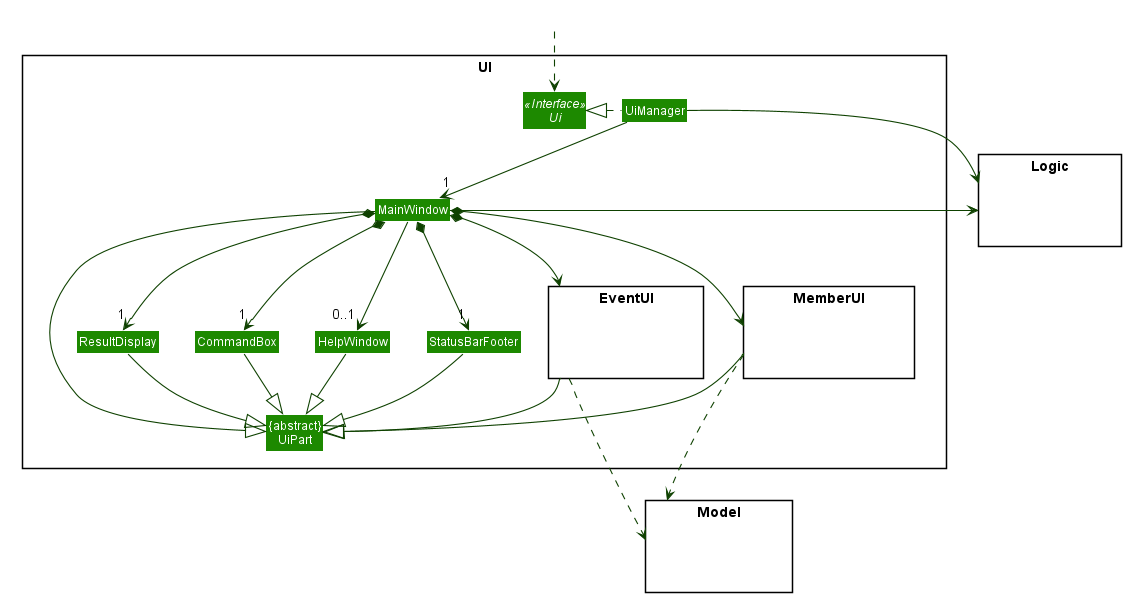
ryanongra/tp keeps this PlantUML diagram as docs/images/UiClassDiagram.png. Above is the earlier version.
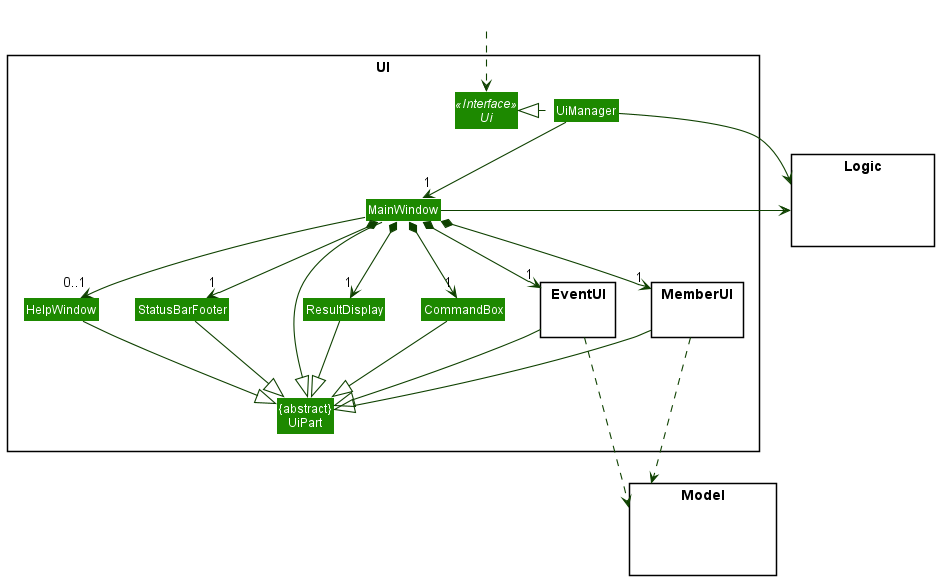
After the commit.

Change to the diagram source:
```diff
@@ -6,12 +6,8 @@
 
 package UI <<Rectangle>>{
 Interface Ui <<Interface>>
-package MemberUI <<Rectangle>> {
-Class HiddenMemberUI #FFFFFF
-}
-package EventUI <<Rectangle>> {
-Class HiddenEventUI #FFFFFF
-}
+package MemberUI {}
+package EventUI {}
 Class "{abstract}\nUiPart" as UiPart
 Class UiManager
 Class MainWindow
@@ -36,8 +32,8 @@
 UiManager -down-> "1" MainWindow
 MainWindow *-down-> "1" CommandBox
 MainWindow *-down-> "1" ResultDisplay
-MainWindow *-down-> EventUI
-MainWindow *-down-> MemberUI
+MainWindow *-down-> "1" EventUI
+MainWindow *-down-> "1" MemberUI
 MainWindow *-down-> "1" StatusBarFooter
 MainWindow --> "0..1" HelpWindow
 
```
